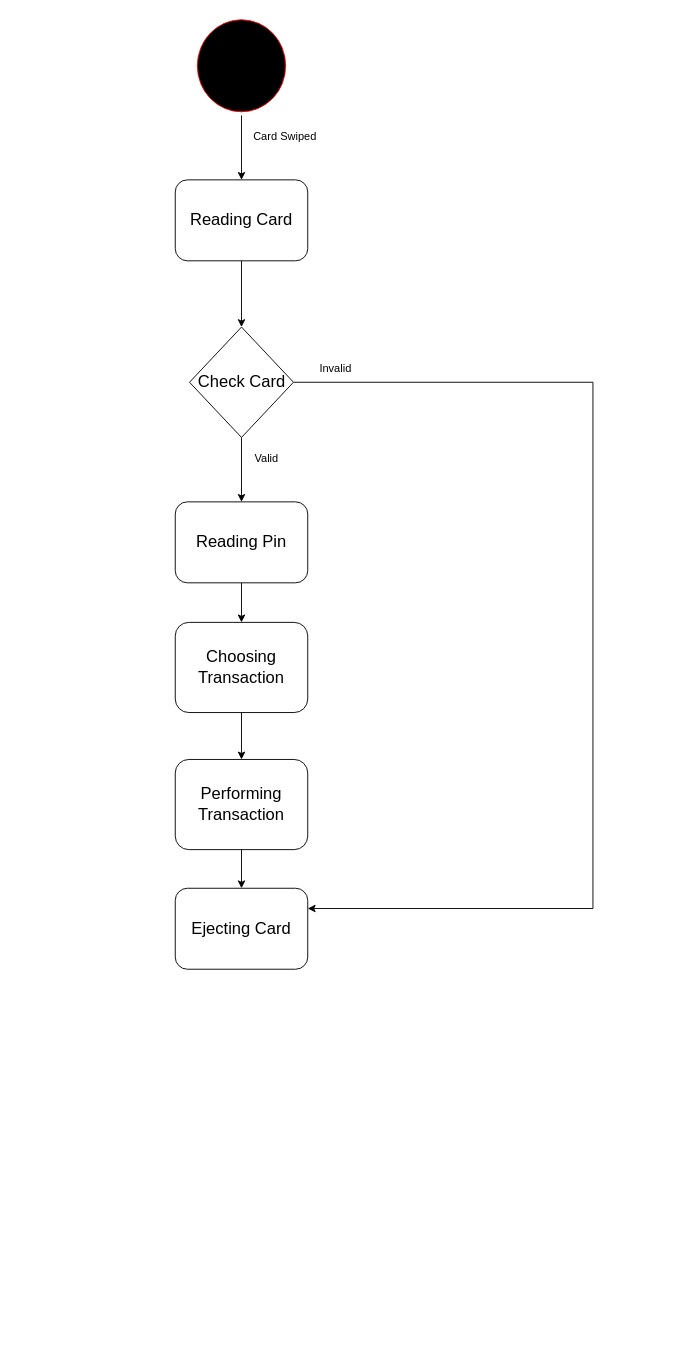
Before: Atm System.drawio in CRAZY-BRITI/State_Diagram, a draw.io diagram. Source tidied: cells renumbered, new cells numbered last; positions are measured from the earlier drawing's top-left corner, leaving out a move shared by most shapes. Both pictures are drawn from the tidied source at 92%, with x=0, y=0 at pixel (175, 16).
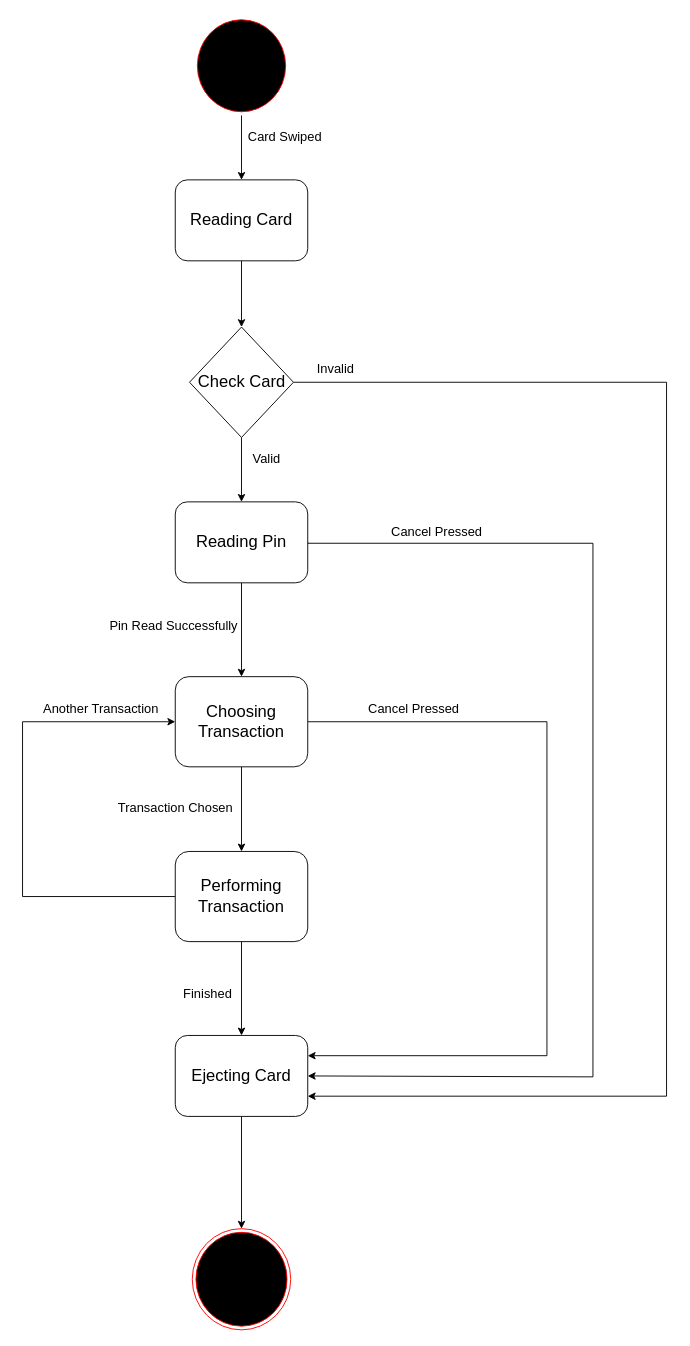
The same page after the edit.

Unchanged cells that the change refers to:
```xml
<mxCell id="7" value="&lt;font style=&quot;font-size: 18px;&quot;&gt;Reading Pin&lt;/font&gt;" style="rounded=1;whiteSpace=wrap;html=1;" parent="1" vertex="1">
  <mxGeometry y="528" width="144" height="88" as="geometry" />
</mxCell>
<mxCell id="15" value="&lt;font style=&quot;font-size: 18px;&quot;&gt;Check Card&lt;/font&gt;" style="rhombus;whiteSpace=wrap;html=1;" parent="1" vertex="1">
  <mxGeometry x="15.5" y="338" width="113" height="120" as="geometry" />
</mxCell>
```

What changed in the source:
```diff
@@
+    <mxCell id="19" style="edgeStyle=orthogonalEdgeStyle;rounded=0;jettySize=auto;html=1;exitX=1;exitY=0.5;exitDx=0;exitDy=0;entryX=1;entryY=0.5;entryDx=0;entryDy=0;" parent="1" edge="1" source="7" target="12">
+      <mxGeometry relative="1" as="geometry">
+        <Array as="points">
+          <mxPoint x="454" y="573" />
+          <mxPoint x="454" y="1153" />
+          <mxPoint x="144" y="1153" />
+        </Array>
+      </mxGeometry>
+    </mxCell>
@@
+    <mxCell id="20" style="edgeStyle=orthogonalEdgeStyle;rounded=0;jettySize=auto;html=1;exitX=1;exitY=0.5;exitDx=0;exitDy=0;entryX=1;entryY=0.25;entryDx=0;entryDy=0;" parent="1" edge="1" source="9" target="12">
+      <mxGeometry relative="1" as="geometry">
+        <Array as="points">
+          <mxPoint x="404" y="767" />
+          <mxPoint x="404" y="1130" />
+        </Array>
+      </mxGeometry>
+    </mxCell>
     <mxCell id="9" value="&lt;font style=&quot;font-size: 18px;&quot;&gt;Choosing Transaction&lt;/font&gt;" style="rounded=1;whiteSpace=wrap;html=1;" parent="1" vertex="1">
-      <mxGeometry y="659" width="144" height="98" as="geometry" />
+      <mxGeometry y="718" width="144" height="98" as="geometry" />
     </mxCell>
@@
+    <mxCell id="21" style="edgeStyle=orthogonalEdgeStyle;rounded=0;jettySize=auto;html=1;exitX=0;exitY=0.5;exitDx=0;exitDy=0;entryX=0;entryY=0.5;entryDx=0;entryDy=0;" parent="1" edge="1" source="11" target="9">
+      <mxGeometry relative="1" as="geometry">
+        <Array as="points">
+          <mxPoint x="-166" y="957" />
+          <mxPoint x="-166" y="767" />
+        </Array>
+      </mxGeometry>
+    </mxCell>
     <mxCell id="11" value="&lt;font style=&quot;font-size: 18px;&quot;&gt;Performing Transaction&lt;/font&gt;" style="rounded=1;whiteSpace=wrap;html=1;" parent="1" vertex="1">
-      <mxGeometry y="808" width="144" height="98" as="geometry" />
+      <mxGeometry y="908" width="144" height="98" as="geometry" />
     </mxCell>
+    <mxCell id="22" style="edgeStyle=orthogonalEdgeStyle;rounded=0;jettySize=auto;html=1;exitX=0.5;exitY=1;exitDx=0;exitDy=0;entryX=0.5;entryY=0;entryDx=0;entryDy=0;" parent="1" edge="1" source="12" target="23">
+      <mxGeometry relative="1" as="geometry" />
+    </mxCell>
     <mxCell id="12" value="&lt;font style=&quot;font-size: 18px;&quot;&gt;Ejecting Card&lt;/font&gt;" style="rounded=1;whiteSpace=wrap;html=1;" parent="1" vertex="1">
-      <mxGeometry y="948" width="144" height="88" as="geometry" />
+      <mxGeometry y="1108" width="144" height="88" as="geometry" />
     </mxCell>
@@
-    <mxCell id="14" style="edgeStyle=orthogonalEdgeStyle;rounded=0;jettySize=auto;html=1;exitX=1;exitY=0.5;exitDx=0;exitDy=0;entryX=1;entryY=0.25;entryDx=0;entryDy=0;" parent="1" edge="1" source="15" target="12">
+    <mxCell id="14" style="edgeStyle=orthogonalEdgeStyle;rounded=0;jettySize=auto;html=1;exitX=1;exitY=0.5;exitDx=0;exitDy=0;entryX=1;entryY=0.75;entryDx=0;entryDy=0;" parent="1" edge="1" source="15" target="12">
       <mxGeometry relative="1" as="geometry">
         <Array as="points">
-          <mxPoint x="454" y="398" />
-          <mxPoint x="454" y="970" />
+          <mxPoint x="534" y="398" />
+          <mxPoint x="534" y="1174" />
         </Array>
       </mxGeometry>
     </mxCell>
@@
-    <mxCell id="16" value="Card Swiped" style="text;html=1;align=center;verticalAlign=middle;strokeColor=none;fillColor=none;" parent="1" vertex="1">
-      <mxGeometry x="74" y="116" width="90" height="30" as="geometry" />
+    <mxCell id="16" value="&lt;font style=&quot;font-size: 14px;&quot;&gt;Card Swiped&lt;/font&gt;" style="text;html=1;align=center;verticalAlign=middle;strokeColor=none;fillColor=none;" parent="1" vertex="1">
+      <mxGeometry x="69" y="116" width="100" height="30" as="geometry" />
     </mxCell>
-    <mxCell id="17" value="Valid" style="text;html=1;align=center;verticalAlign=middle;strokeColor=none;fillColor=none;" parent="1" vertex="1">
+    <mxCell id="17" value="&lt;font style=&quot;font-size: 14px;&quot;&gt;Valid&lt;/font&gt;" style="text;html=1;align=center;verticalAlign=middle;strokeColor=none;fillColor=none;" parent="1" vertex="1">
       <mxGeometry x="74" y="466" width="50" height="30" as="geometry" />
     </mxCell>
-    <mxCell id="18" value="Invalid" style="text;html=1;align=center;verticalAlign=middle;strokeColor=none;fillColor=none;" parent="1" vertex="1">
+    <mxCell id="18" value="&lt;font style=&quot;font-size: 14px;&quot;&gt;Invalid&lt;/font&gt;" style="text;html=1;align=center;verticalAlign=middle;strokeColor=none;fillColor=none;" parent="1" vertex="1">
       <mxGeometry x="144" y="368" width="60" height="30" as="geometry" />
     </mxCell>
+    <mxCell id="23" style="ellipse;html=1;shape=endState;fillColor=#000000;strokeColor=#ff0000;" parent="1" vertex="1">
+      <mxGeometry x="18.5" y="1318" width="107" height="110" as="geometry" />
+    </mxCell>
+    <mxCell id="24" value="&lt;font style=&quot;font-size: 14px;&quot;&gt;Cancel Pressed&lt;/font&gt;" style="text;html=1;align=center;verticalAlign=middle;strokeColor=none;fillColor=none;" parent="1" vertex="1">
+      <mxGeometry x="224" y="546" width="120" height="30" as="geometry" />
+    </mxCell>
+    <mxCell id="25" value="&lt;font style=&quot;font-size: 14px;&quot;&gt;Pin Read Successfully&amp;nbsp;&lt;/font&gt;" style="text;html=1;align=center;verticalAlign=middle;strokeColor=none;fillColor=none;" parent="1" vertex="1">
+      <mxGeometry x="-85" y="648" width="170" height="30" as="geometry" />
+    </mxCell>
+    <mxCell id="26" value="&lt;font style=&quot;font-size: 14px;&quot;&gt;Cancel Pressed&lt;/font&gt;" style="text;html=1;align=center;verticalAlign=middle;strokeColor=none;fillColor=none;" parent="1" vertex="1">
+      <mxGeometry x="199" y="738" width="120" height="30" as="geometry" />
+    </mxCell>
+    <mxCell id="27" value="&lt;font style=&quot;font-size: 14px;&quot;&gt;Another Transaction&lt;/font&gt;" style="text;html=1;align=center;verticalAlign=middle;strokeColor=none;fillColor=none;" parent="1" vertex="1">
+      <mxGeometry x="-156" y="738" width="150" height="30" as="geometry" />
+    </mxCell>
+    <mxCell id="28" value="&lt;font style=&quot;font-size: 14px;&quot;&gt;Transaction Chosen&lt;/font&gt;" style="text;html=1;align=center;verticalAlign=middle;strokeColor=none;fillColor=none;" parent="1" vertex="1">
+      <mxGeometry x="-75" y="846" width="150" height="30" as="geometry" />
+    </mxCell>
+    <mxCell id="29" value="&lt;font style=&quot;font-size: 14px;&quot;&gt;Finished&lt;/font&gt;" style="text;html=1;align=center;verticalAlign=middle;strokeColor=none;fillColor=none;" parent="1" vertex="1">
+      <mxGeometry x="-5" y="1048" width="80" height="30" as="geometry" />
+    </mxCell>
```
